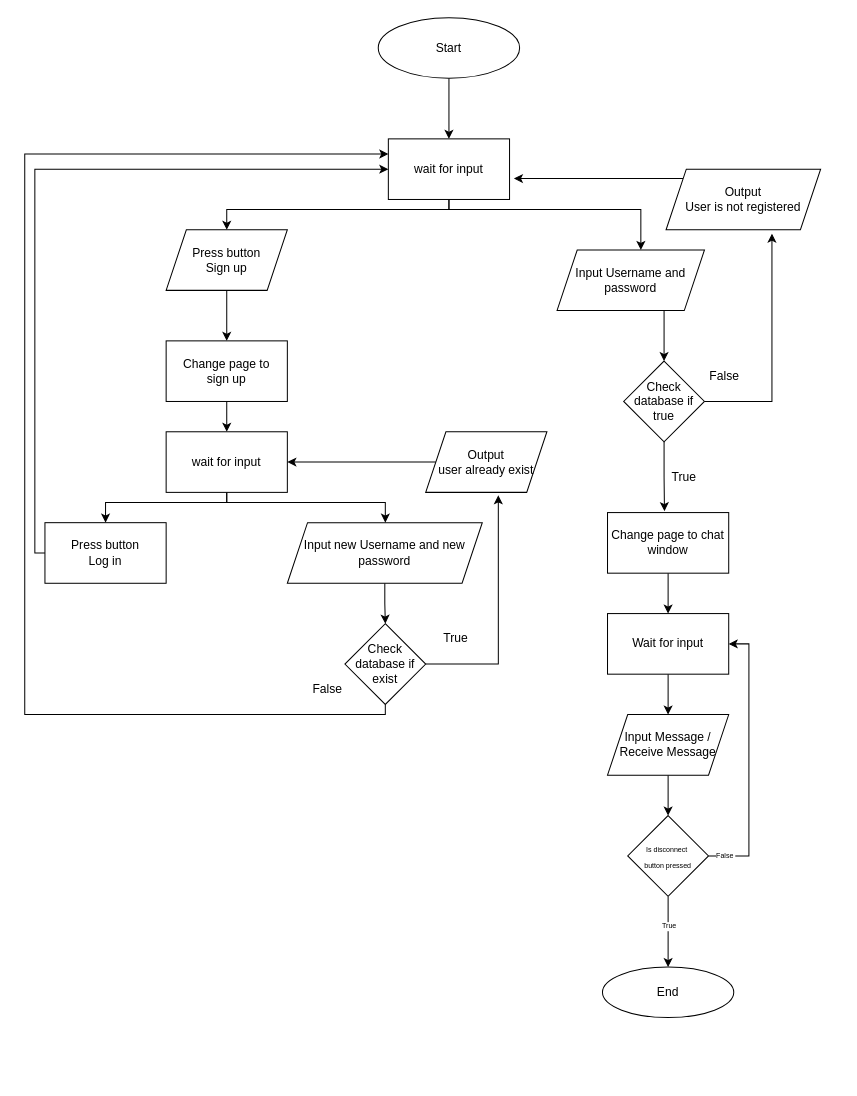
Before: Prog_Eksamen_Flowchart.drawio in Simon9877/prog-Eksamensprojekt, a draw.io diagram. Source tidied: cells renumbered, new cells numbered last; positions are measured from the earlier drawing's top-left corner, leaving out a move shared by most shapes. Both pictures are drawn from the tidied source at 101%, with x=0, y=0 at pixel (24, 17).
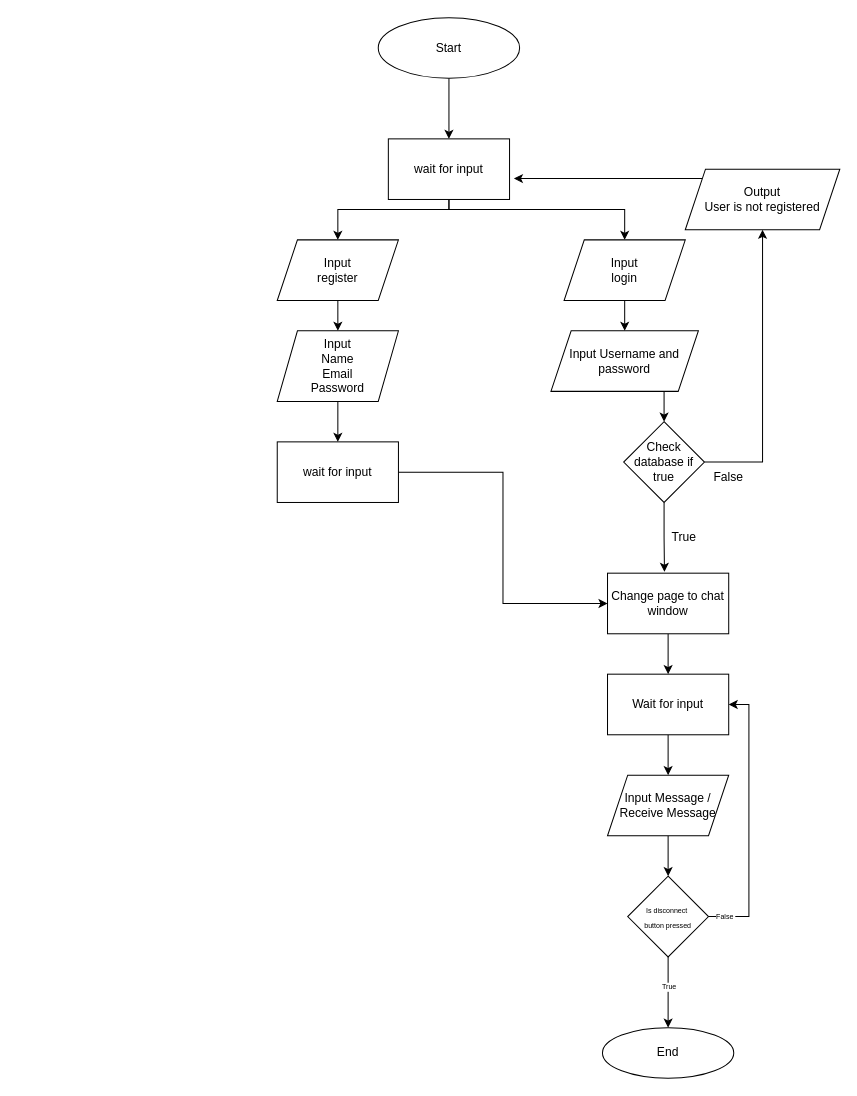
The same page after the edit.

Unchanged cells that the change refers to:
```xml
<mxCell id="6" value="wait for input" style="rounded=0;whiteSpace=wrap;html=1;" parent="1" vertex="1">
  <mxGeometry x="360" y="120" width="120" height="60" as="geometry" />
</mxCell>
```

Change to the diagram source:
```diff
@@
+    <mxCell id="46" style="edgeStyle=orthogonalEdgeStyle;rounded=0;jettySize=auto;html=1;entryX=0.5;entryY=0;entryDx=0;entryDy=0;" parent="1" edge="1" source="6" target="50">
+      <mxGeometry relative="1" as="geometry">
+        <Array as="points">
+          <mxPoint x="420" y="190" />
+          <mxPoint x="594" y="190" />
+        </Array>
+      </mxGeometry>
+    </mxCell>
-    <mxCell id="4" style="edgeStyle=orthogonalEdgeStyle;rounded=0;jettySize=auto;html=1;entryX=0.5;entryY=0;entryDx=0;entryDy=0;" parent="1" edge="1" source="6" target="8">
+    <mxCell id="4" style="edgeStyle=orthogonalEdgeStyle;rounded=0;jettySize=auto;html=1;" parent="1" edge="1" source="6" target="8">
       <mxGeometry relative="1" as="geometry">
         <Array as="points">
           <mxPoint x="420" y="190" />
-          <mxPoint x="200" y="190" />
+          <mxPoint x="310" y="190" />
         </Array>
       </mxGeometry>
     </mxCell>
-    <mxCell id="5" style="edgeStyle=orthogonalEdgeStyle;rounded=0;jettySize=auto;html=1;" parent="1" edge="1" source="6" target="10">
-      <mxGeometry relative="1" as="geometry">
-        <Array as="points">
-          <mxPoint x="420" y="190" />
-          <mxPoint x="610" y="190" />
-        </Array>
-      </mxGeometry>
-    </mxCell>
@@
-    <mxCell id="7" style="edgeStyle=orthogonalEdgeStyle;rounded=0;jettySize=auto;html=1;" parent="1" edge="1" source="8" target="21">
-      <mxGeometry relative="1" as="geometry" />
-    </mxCell>
+    <mxCell id="47" style="edgeStyle=orthogonalEdgeStyle;rounded=0;jettySize=auto;html=1;" parent="1" edge="1" source="8" target="52">
+      <mxGeometry relative="1" as="geometry" />
+    </mxCell>
-    <mxCell id="8" value="Press button&lt;br&gt;Sign up" style="shape=parallelogram;perimeter=parallelogramPerimeter;whiteSpace=wrap;html=1;fixedSize=1;" parent="1" vertex="1">
-      <mxGeometry x="140" y="210" width="120" height="60" as="geometry" />
+    <mxCell id="8" value="Input&lt;br&gt;register" style="shape=parallelogram;perimeter=parallelogramPerimeter;whiteSpace=wrap;html=1;fixedSize=1;" parent="1" vertex="1">
+      <mxGeometry x="250" y="220" width="120" height="60" as="geometry" />
     </mxCell>
-    <mxCell id="9" style="edgeStyle=orthogonalEdgeStyle;rounded=0;jettySize=auto;html=1;entryX=0.5;entryY=0;entryDx=0;entryDy=0;" parent="1" edge="1" source="10" target="13">
+    <mxCell id="9" style="edgeStyle=orthogonalEdgeStyle;rounded=0;jettySize=auto;html=1;entryX=0.5;entryY=0;entryDx=0;entryDy=0;" parent="1" edge="1" target="13">
       <mxGeometry relative="1" as="geometry">
+        <mxPoint x="633" y="380" as="sourcePoint" />
         <Array as="points">
-          <mxPoint x="633" y="310" />
-          <mxPoint x="633" y="310" />
+          <mxPoint x="633" y="370" />
+          <mxPoint x="633" y="370" />
         </Array>
       </mxGeometry>
     </mxCell>
     <mxCell id="10" value="Input Username and password" style="shape=parallelogram;perimeter=parallelogramPerimeter;whiteSpace=wrap;html=1;fixedSize=1;" parent="1" vertex="1">
-      <mxGeometry x="527" y="230" width="146" height="60" as="geometry" />
+      <mxGeometry x="521" y="310" width="146" height="60" as="geometry" />
     </mxCell>
@@
-    <mxCell id="12" style="edgeStyle=orthogonalEdgeStyle;rounded=0;jettySize=auto;html=1;entryX=0.685;entryY=1.064;entryDx=0;entryDy=0;entryPerimeter=0;" parent="1" edge="1" source="13" target="35">
+    <mxCell id="12" style="edgeStyle=orthogonalEdgeStyle;rounded=0;jettySize=auto;html=1;entryX=0.5;entryY=1;entryDx=0;entryDy=0;" parent="1" edge="1" source="13" target="35">
       <mxGeometry relative="1" as="geometry">
         <Array as="points">
-          <mxPoint x="740" y="380" />
+          <mxPoint x="730" y="440" />
         </Array>
       </mxGeometry>
     </mxCell>
     <mxCell id="13" value="Check database if true" style="rhombus;whiteSpace=wrap;html=1;" parent="1" vertex="1">
-      <mxGeometry x="593" y="340" width="80" height="80" as="geometry" />
+      <mxGeometry x="593" y="400" width="80" height="80" as="geometry" />
     </mxCell>
     <mxCell id="14" value="False" style="text;html=1;strokeColor=none;fillColor=none;align=center;verticalAlign=middle;whiteSpace=wrap;rounded=0;" parent="1" vertex="1">
-      <mxGeometry x="663" y="340" width="60" height="30" as="geometry" />
+      <mxGeometry x="667" y="440" width="60" height="30" as="geometry" />
     </mxCell>
     <mxCell id="15" value="True" style="text;html=1;strokeColor=none;fillColor=none;align=center;verticalAlign=middle;whiteSpace=wrap;rounded=0;" parent="1" vertex="1">
-      <mxGeometry x="623" y="440" width="60" height="30" as="geometry" />
+      <mxGeometry x="623" y="500" width="60" height="30" as="geometry" />
     </mxCell>
@@
     <mxCell id="17" value="Change page to chat window" style="rounded=0;whiteSpace=wrap;html=1;" parent="1" vertex="1">
-      <mxGeometry x="577" y="490" width="120" height="60" as="geometry" />
+      <mxGeometry x="577" y="550" width="120" height="60" as="geometry" />
     </mxCell>
-    <mxCell id="18" style="edgeStyle=orthogonalEdgeStyle;rounded=0;jettySize=auto;html=1;entryX=0.5;entryY=0;entryDx=0;entryDy=0;" parent="1" edge="1" source="19" target="29">
-      <mxGeometry relative="1" as="geometry" />
-    </mxCell>
-    <mxCell id="19" value="Input new Username and new password" style="shape=parallelogram;perimeter=parallelogramPerimeter;whiteSpace=wrap;html=1;fixedSize=1;" parent="1" vertex="1">
-      <mxGeometry x="260" y="500" width="193" height="60" as="geometry" />
-    </mxCell>
-    <mxCell id="20" style="edgeStyle=orthogonalEdgeStyle;rounded=0;jettySize=auto;html=1;entryX=0.5;entryY=0;entryDx=0;entryDy=0;" parent="1" edge="1" source="21" target="24">
-      <mxGeometry relative="1" as="geometry" />
-    </mxCell>
-    <mxCell id="21" value="Change page to &lt;br&gt;sign up" style="rounded=0;whiteSpace=wrap;html=1;" parent="1" vertex="1">
-      <mxGeometry x="140" y="320" width="120" height="60" as="geometry" />
-    </mxCell>
-    <mxCell id="22" style="edgeStyle=orthogonalEdgeStyle;rounded=0;jettySize=auto;html=1;" parent="1" edge="1" source="24" target="26">
-      <mxGeometry relative="1" as="geometry">
-        <Array as="points">
-          <mxPoint x="200" y="480" />
-          <mxPoint x="80" y="480" />
-        </Array>
-      </mxGeometry>
-    </mxCell>
-    <mxCell id="23" style="edgeStyle=orthogonalEdgeStyle;rounded=0;jettySize=auto;html=1;" parent="1" edge="1" source="24" target="19">
-      <mxGeometry relative="1" as="geometry">
-        <Array as="points">
-          <mxPoint x="200" y="480" />
-          <mxPoint x="357" y="480" />
-        </Array>
-      </mxGeometry>
-    </mxCell>
+    <mxCell id="48" style="edgeStyle=orthogonalEdgeStyle;rounded=0;jettySize=auto;html=1;entryX=0;entryY=0.5;entryDx=0;entryDy=0;" parent="1" edge="1" source="24" target="17">
+      <mxGeometry relative="1" as="geometry" />
+    </mxCell>
     <mxCell id="24" value="wait for input" style="rounded=0;whiteSpace=wrap;html=1;" parent="1" vertex="1">
-      <mxGeometry x="140" y="410" width="120" height="60" as="geometry" />
+      <mxGeometry x="250" y="420" width="120" height="60" as="geometry" />
     </mxCell>
-    <mxCell id="25" style="edgeStyle=orthogonalEdgeStyle;rounded=0;jettySize=auto;html=1;entryX=0;entryY=0.5;entryDx=0;entryDy=0;" parent="1" edge="1" source="26" target="6">
-      <mxGeometry relative="1" as="geometry">
-        <Array as="points">
-          <mxPoint x="10" y="530" />
-          <mxPoint x="10" y="150" />
-        </Array>
-      </mxGeometry>
-    </mxCell>
-    <mxCell id="26" value="Press button&lt;br&gt;Log in" style="rounded=0;whiteSpace=wrap;html=1;" parent="1" vertex="1">
-      <mxGeometry x="20" y="500" width="120" height="60" as="geometry" />
-    </mxCell>
-    <mxCell id="27" style="edgeStyle=orthogonalEdgeStyle;rounded=0;jettySize=auto;html=1;entryX=0;entryY=0.25;entryDx=0;entryDy=0;" parent="1" edge="1" source="29" target="6">
-      <mxGeometry relative="1" as="geometry">
-        <Array as="points">
-          <mxPoint x="357" y="690" />
-          <mxPoint y="690" />
-          <mxPoint y="135" />
-        </Array>
-      </mxGeometry>
-    </mxCell>
-    <mxCell id="28" style="edgeStyle=orthogonalEdgeStyle;rounded=0;jettySize=auto;html=1;entryX=0.599;entryY=1.048;entryDx=0;entryDy=0;entryPerimeter=0;" parent="1" edge="1" source="29" target="33">
-      <mxGeometry relative="1" as="geometry">
-        <Array as="points">
-          <mxPoint x="469" y="640" />
-        </Array>
-      </mxGeometry>
-    </mxCell>
-    <mxCell id="29" value="Check database if exist" style="rhombus;whiteSpace=wrap;html=1;" parent="1" vertex="1">
-      <mxGeometry x="317" y="600" width="80" height="80" as="geometry" />
-    </mxCell>
-    <mxCell id="30" value="True" style="text;html=1;strokeColor=none;fillColor=none;align=center;verticalAlign=middle;whiteSpace=wrap;rounded=0;" parent="1" vertex="1">
-      <mxGeometry x="397" y="600" width="60" height="30" as="geometry" />
-    </mxCell>
-    <mxCell id="31" value="False" style="text;html=1;strokeColor=none;fillColor=none;align=center;verticalAlign=middle;whiteSpace=wrap;rounded=0;" parent="1" vertex="1">
-      <mxGeometry x="270" y="650" width="60" height="30" as="geometry" />
-    </mxCell>
-    <mxCell id="32" style="edgeStyle=orthogonalEdgeStyle;rounded=0;jettySize=auto;html=1;entryX=1;entryY=0.5;entryDx=0;entryDy=0;" parent="1" edge="1" source="33" target="24">
-      <mxGeometry relative="1" as="geometry" />
-    </mxCell>
-    <mxCell id="33" value="Output&lt;br&gt;user already exist" style="shape=parallelogram;perimeter=parallelogramPerimeter;whiteSpace=wrap;html=1;fixedSize=1;" parent="1" vertex="1">
-      <mxGeometry x="397" y="410" width="120" height="60" as="geometry" />
-    </mxCell>
@@
     <mxCell id="35" value="Output&lt;br&gt;User is not registered" style="shape=parallelogram;perimeter=parallelogramPerimeter;whiteSpace=wrap;html=1;fixedSize=1;" parent="1" vertex="1">
-      <mxGeometry x="635" y="150" width="153" height="60" as="geometry" />
+      <mxGeometry x="654" y="150" width="153" height="60" as="geometry" />
     </mxCell>
@@
     <mxCell id="37" value="Wait for input" style="rounded=0;whiteSpace=wrap;html=1;" parent="1" vertex="1">
-      <mxGeometry x="577" y="590" width="120" height="60" as="geometry" />
+      <mxGeometry x="577" y="650" width="120" height="60" as="geometry" />
     </mxCell>
@@
     <mxCell id="39" value="Input Message /&lt;br&gt;Receive Message" style="shape=parallelogram;perimeter=parallelogramPerimeter;whiteSpace=wrap;html=1;fixedSize=1;" parent="1" vertex="1">
-      <mxGeometry x="577" y="690" width="120" height="60" as="geometry" />
+      <mxGeometry x="577" y="750" width="120" height="60" as="geometry" />
     </mxCell>
@@
     <mxCell id="42" value="End" style="ellipse;whiteSpace=wrap;html=1;" parent="1" vertex="1">
-      <mxGeometry x="572" y="940" width="130" height="50" as="geometry" />
+      <mxGeometry x="572" y="1000" width="130" height="50" as="geometry" />
     </mxCell>
     <mxCell id="43" style="edgeStyle=orthogonalEdgeStyle;rounded=0;jettySize=auto;html=1;entryX=1;entryY=0.5;entryDx=0;entryDy=0;fontSize=7;" parent="1" edge="1" source="45" target="37">
       <mxGeometry relative="1" as="geometry">
         <Array as="points">
-          <mxPoint x="717" y="830" />
-          <mxPoint x="717" y="620" />
+          <mxPoint x="717" y="890" />
+          <mxPoint x="717" y="680" />
         </Array>
       </mxGeometry>
     </mxCell>
@@
     <mxCell id="45" value="&lt;font style=&quot;font-size: 7px;&quot;&gt;Is disconnect&amp;nbsp;&lt;br&gt;button pressed&lt;/font&gt;" style="rhombus;whiteSpace=wrap;html=1;" parent="1" vertex="1">
-      <mxGeometry x="597" y="790" width="80" height="80" as="geometry" />
+      <mxGeometry x="597" y="850" width="80" height="80" as="geometry" />
     </mxCell>
+    <mxCell id="49" style="edgeStyle=orthogonalEdgeStyle;rounded=0;jettySize=auto;html=1;entryX=0.5;entryY=0;entryDx=0;entryDy=0;" parent="1" edge="1" source="50" target="10">
+      <mxGeometry relative="1" as="geometry" />
+    </mxCell>
+    <mxCell id="50" value="Input&lt;br&gt;login" style="shape=parallelogram;perimeter=parallelogramPerimeter;whiteSpace=wrap;html=1;fixedSize=1;" parent="1" vertex="1">
+      <mxGeometry x="534" y="220" width="120" height="60" as="geometry" />
+    </mxCell>
+    <mxCell id="51" style="edgeStyle=orthogonalEdgeStyle;rounded=0;jettySize=auto;html=1;" parent="1" edge="1" source="52" target="24">
+      <mxGeometry relative="1" as="geometry" />
+    </mxCell>
+    <mxCell id="52" value="Input&lt;br&gt;Name&lt;br&gt;Email&lt;br&gt;Password" style="shape=parallelogram;perimeter=parallelogramPerimeter;whiteSpace=wrap;html=1;fixedSize=1;" parent="1" vertex="1">
+      <mxGeometry x="250" y="310" width="120" height="70" as="geometry" />
+    </mxCell>
```
